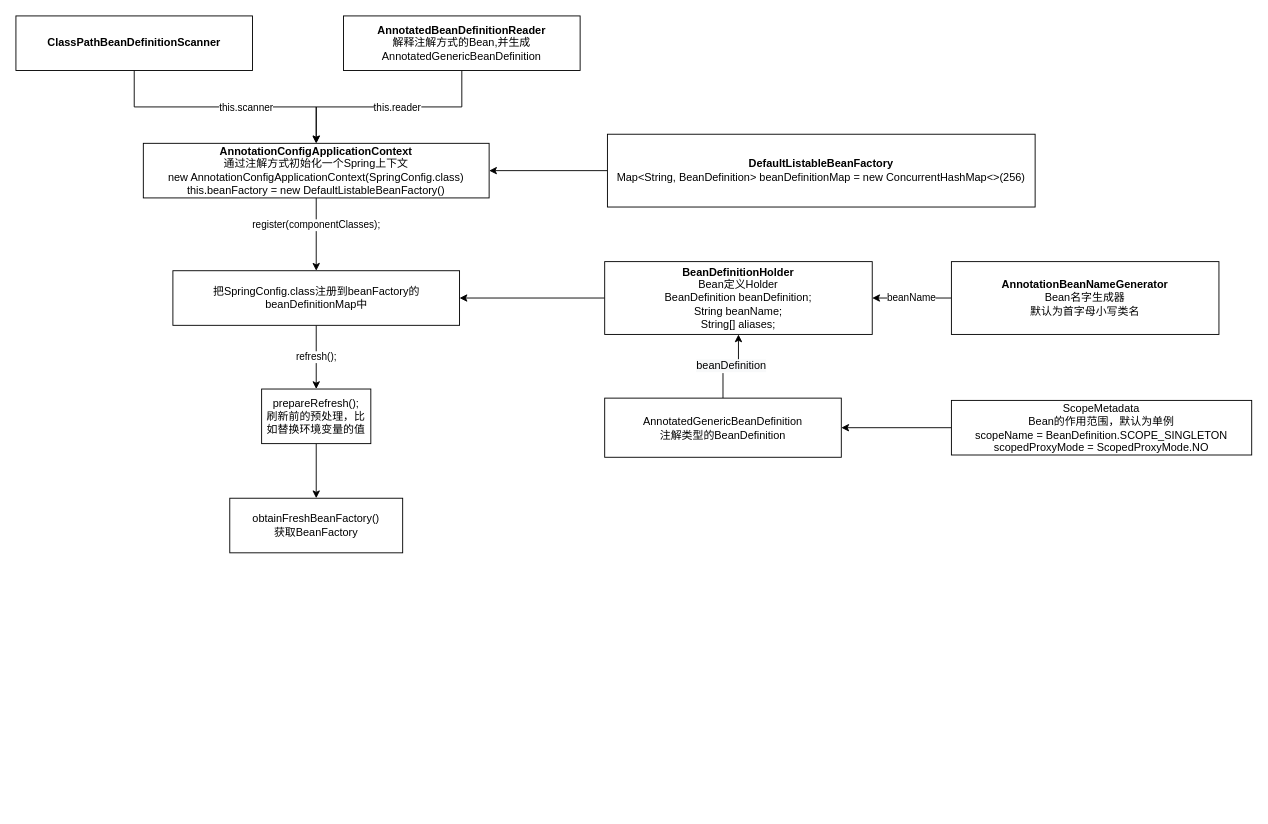
juesuchen/diagrams keeps this draw.io diagram as page "第 5 页" (5 of 5) of LaGouTrain.drawio. Above is the earlier version. Source tidied: cells renumbered, new cells numbered last; positions are measured from the earlier drawing's top-left corner, leaving out a move shared by most shapes. Both pictures are drawn from the tidied source at 91%, with x=0, y=0 at pixel (15, 15).
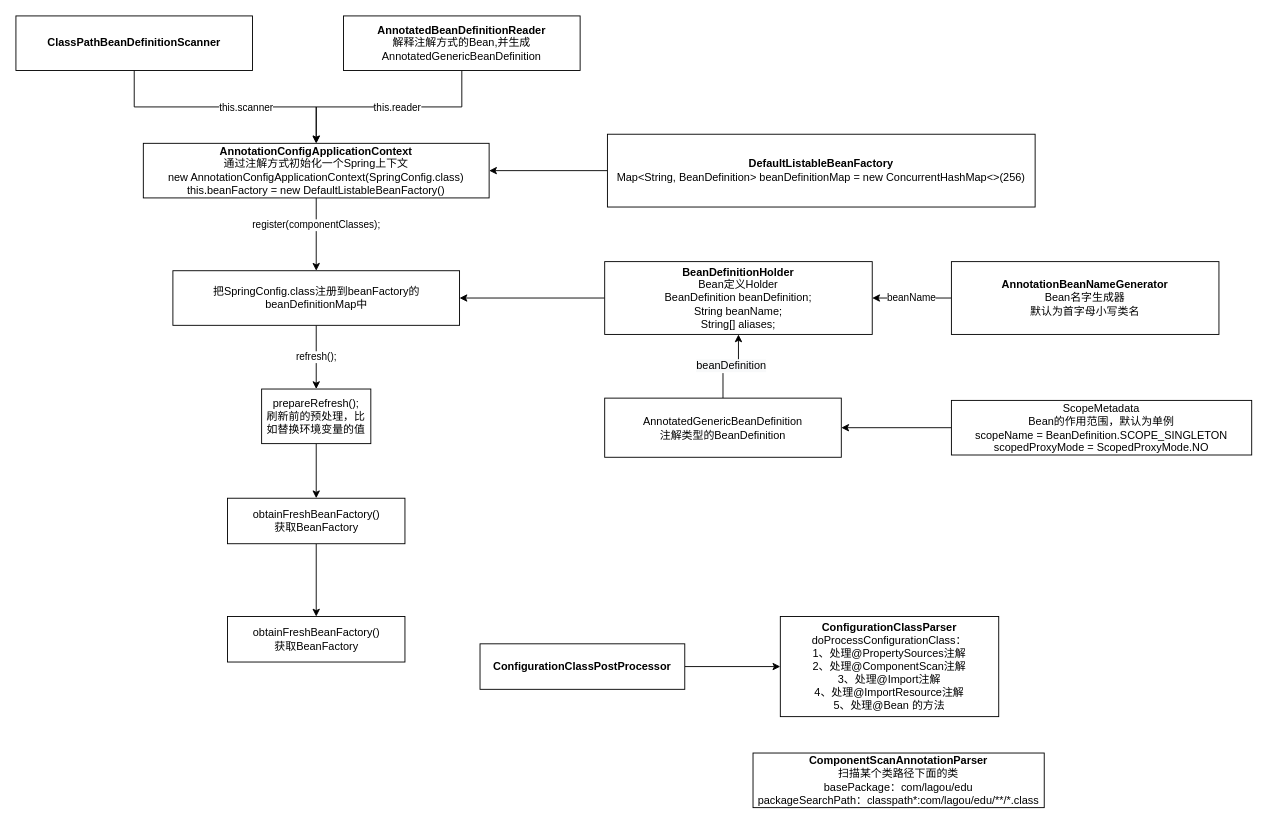
After the change.

Diff of the diagram source:
```diff
@@
+    <mxCell id="26" style="edgeStyle=orthogonalEdgeStyle;rounded=0;jettySize=auto;html=1;" parent="1" edge="1" source="25" target="27">
+      <mxGeometry relative="1" as="geometry" />
+    </mxCell>
     <mxCell id="25" value="obtainFreshBeanFactory()&lt;br&gt;获取BeanFactory" style="whiteSpace=wrap;html=1;rounded=0;" parent="1" vertex="1">
-      <mxGeometry x="235" y="530" width="190" height="60" as="geometry" />
+      <mxGeometry x="232.5" y="530" width="195" height="50" as="geometry" />
     </mxCell>
+    <mxCell id="27" value="obtainFreshBeanFactory()&lt;br&gt;获取BeanFactory" style="whiteSpace=wrap;html=1;rounded=0;" parent="1" vertex="1">
+      <mxGeometry x="232.5" y="660" width="195" height="50" as="geometry" />
+    </mxCell>
+    <mxCell id="28" style="edgeStyle=orthogonalEdgeStyle;rounded=0;jettySize=auto;html=1;entryX=0;entryY=0.5;entryDx=0;entryDy=0;" parent="1" edge="1" source="29" target="30">
+      <mxGeometry relative="1" as="geometry" />
+    </mxCell>
+    <mxCell id="29" value="&lt;b&gt;ConfigurationClassPostProcessor&lt;/b&gt;&lt;br&gt;" style="whiteSpace=wrap;html=1;rounded=0;" parent="1" vertex="1">
+      <mxGeometry x="510" y="690" width="225" height="50" as="geometry" />
+    </mxCell>
+    <mxCell id="30" value="&lt;b&gt;ConfigurationClassParser&lt;/b&gt;&lt;br&gt;doProcessConfigurationClass：&lt;br&gt;1、处理@PropertySources注解&lt;br&gt;2、处理@ComponentScan注解&lt;br&gt;3、处理@Import注解&lt;br&gt;4、处理@ImportResource注解&lt;br&gt;5、处理@Bean 的方法" style="whiteSpace=wrap;html=1;rounded=0;" parent="1" vertex="1">
+      <mxGeometry x="840" y="660" width="240" height="110" as="geometry" />
+    </mxCell>
+    <mxCell id="31" value="&lt;b&gt;ComponentScanAnnotationParser&lt;br&gt;&lt;/b&gt;扫描某个类路径下面的类&lt;br&gt;&lt;span&gt;basePackage：com/lagou/edu&lt;/span&gt;&lt;br&gt;&lt;div&gt;packageSearchPath：classpath*:com/lagou/edu/**/*.class&lt;/div&gt;" style="whiteSpace=wrap;html=1;rounded=0;" parent="1" vertex="1">
+      <mxGeometry x="810" y="810" width="320" height="60" as="geometry" />
+    </mxCell>
```
